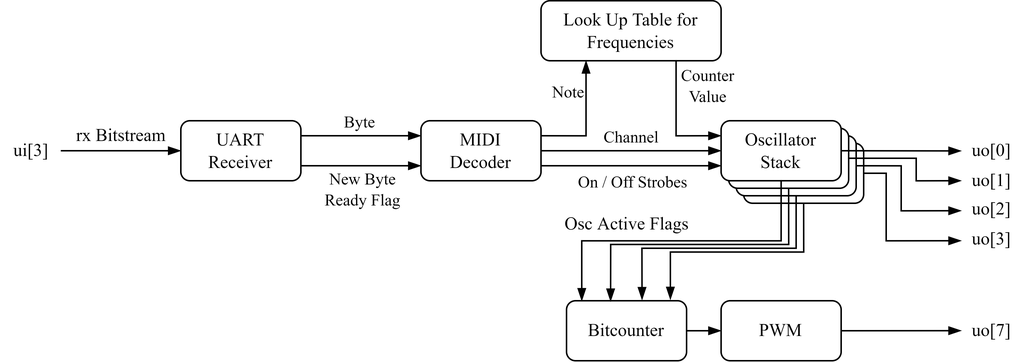
s-grundner/LVA-EIC-KV keeps this draw.io diagram as docs/latex/images/bsb-detailed.png. Above is the earlier version. Source tidied: cells renumbered, new cells last; positions are measured from the earlier drawing's top-left corner, leaving out a move shared by most shapes. Its diagram source:
```xml
<mxGraphModel>
  <root>
    <mxCell id="0" />
    <mxCell id="1" parent="0" />
    <mxCell id="2" style="edgeStyle=orthogonalEdgeStyle;rounded=0;jettySize=auto;html=1;exitX=0.5;exitY=1;exitDx=0;exitDy=0;entryX=0.865;entryY=-0.019;entryDx=0;entryDy=0;entryPerimeter=0;startArrow=none;startFill=0;endArrow=blockThin;endFill=1;fontFamily=Computer Modern Roman;fontSource=https%3A%2F%2Ffonts.googleapis.com%2Fcss%3Ffamily%3DComputer%2BModern%2BRoman;" parent="1" edge="1" source="4" target="27">
      <mxGeometry relative="1" as="geometry" />
    </mxCell>
    <mxCell id="3" style="edgeStyle=orthogonalEdgeStyle;rounded=0;jettySize=auto;html=1;exitX=1;exitY=0.5;exitDx=0;exitDy=0;startArrow=none;startFill=0;endArrow=blockThin;endFill=1;fontFamily=Computer Modern Roman;fontSource=https%3A%2F%2Ffonts.googleapis.com%2Fcss%3Ffamily%3DComputer%2BModern%2BRoman;" parent="1" edge="1" source="4">
      <mxGeometry relative="1" as="geometry">
        <mxPoint x="640" y="160" as="targetPoint" />
        <Array as="points">
          <mxPoint x="590" y="115" />
          <mxPoint x="590" y="160" />
        </Array>
      </mxGeometry>
    </mxCell>
    <mxCell id="4" style="rounded=1;whiteSpace=wrap;html=1;fontFamily=Computer Modern Roman;fontSource=https%3A%2F%2Ffonts.googleapis.com%2Fcss%3Ffamily%3DComputer%2BModern%2BRoman;" parent="1" vertex="1">
      <mxGeometry x="495" y="95" width="80" height="40" as="geometry" />
    </mxCell>
    <mxCell id="5" style="edgeStyle=orthogonalEdgeStyle;rounded=0;jettySize=auto;html=1;exitX=0.5;exitY=1;exitDx=0;exitDy=0;entryX=0.629;entryY=-0.015;entryDx=0;entryDy=0;startArrow=none;startFill=0;endArrow=blockThin;endFill=1;entryPerimeter=0;fontFamily=Computer Modern Roman;fontSource=https%3A%2F%2Ffonts.googleapis.com%2Fcss%3Ffamily%3DComputer%2BModern%2BRoman;" parent="1" edge="1" source="7" target="27">
      <mxGeometry relative="1" as="geometry">
        <Array as="points">
          <mxPoint x="530" y="165" />
          <mxPoint x="427" y="165" />
        </Array>
      </mxGeometry>
    </mxCell>
    <mxCell id="6" style="edgeStyle=orthogonalEdgeStyle;rounded=0;jettySize=auto;html=1;exitX=1;exitY=0.5;exitDx=0;exitDy=0;startArrow=none;startFill=0;endArrow=blockThin;endFill=1;fontFamily=Computer Modern Roman;fontSource=https%3A%2F%2Ffonts.googleapis.com%2Fcss%3Ffamily%3DComputer%2BModern%2BRoman;" parent="1" edge="1" source="7">
      <mxGeometry relative="1" as="geometry">
        <mxPoint x="640" y="140" as="targetPoint" />
        <Array as="points">
          <mxPoint x="600" y="110" />
          <mxPoint x="600" y="140" />
        </Array>
      </mxGeometry>
    </mxCell>
    <mxCell id="7" style="rounded=1;whiteSpace=wrap;html=1;fontFamily=Computer Modern Roman;fontSource=https%3A%2F%2Ffonts.googleapis.com%2Fcss%3Ffamily%3DComputer%2BModern%2BRoman;" parent="1" vertex="1">
      <mxGeometry x="490" y="90" width="80" height="40" as="geometry" />
    </mxCell>
    <mxCell id="8" style="edgeStyle=orthogonalEdgeStyle;rounded=0;jettySize=auto;html=1;exitX=1;exitY=0.25;exitDx=0;exitDy=0;entryX=0;entryY=0.25;entryDx=0;entryDy=0;endArrow=blockThin;endFill=1;fontFamily=Computer Modern Roman;fontSource=https%3A%2F%2Ffonts.googleapis.com%2Fcss%3Ffamily%3DComputer%2BModern%2BRoman;" parent="1" edge="1" source="13" target="20">
      <mxGeometry relative="1" as="geometry" />
    </mxCell>
    <mxCell id="9" value="Byte" style="edgeLabel;html=1;align=center;verticalAlign=middle;fontFamily=Computer Modern Roman;fontSource=https%3A%2F%2Ffonts.googleapis.com%2Fcss%3Ffamily%3DComputer%2BModern%2BRoman;labelBackgroundColor=none;" parent="8" vertex="1">
      <mxGeometry x="-0.09" y="-1" relative="1" as="geometry">
        <mxPoint x="2" y="-11" as="offset" />
      </mxGeometry>
    </mxCell>
    <mxCell id="10" style="edgeStyle=orthogonalEdgeStyle;rounded=0;jettySize=auto;html=1;exitX=1;exitY=0.75;exitDx=0;exitDy=0;entryX=0;entryY=0.75;entryDx=0;entryDy=0;endArrow=blockThin;endFill=1;fontFamily=Computer Modern Roman;fontSource=https%3A%2F%2Ffonts.googleapis.com%2Fcss%3Ffamily%3DComputer%2BModern%2BRoman;" parent="1" edge="1" source="13" target="20">
      <mxGeometry relative="1" as="geometry" />
    </mxCell>
    <mxCell id="11" value="New Byte&lt;br&gt;Ready Flag" style="edgeLabel;html=1;align=center;verticalAlign=middle;fontFamily=Computer Modern Roman;fontSource=https%3A%2F%2Ffonts.googleapis.com%2Fcss%3Ffamily%3DComputer%2BModern%2BRoman;labelBackgroundColor=none;" parent="10" vertex="1">
      <mxGeometry x="0.1" relative="1" as="geometry">
        <mxPoint x="-4" y="15" as="offset" />
      </mxGeometry>
    </mxCell>
    <mxCell id="12" style="edgeStyle=orthogonalEdgeStyle;rounded=0;jettySize=auto;html=1;exitX=0;exitY=0.5;exitDx=0;exitDy=0;startArrow=blockThin;startFill=1;endArrow=none;endFill=0;fontFamily=Computer Modern Roman;fontSource=https%3A%2F%2Ffonts.googleapis.com%2Fcss%3Ffamily%3DComputer%2BModern%2BRoman;" parent="1" edge="1" source="13">
      <mxGeometry relative="1" as="geometry">
        <mxPoint x="40" y="100" as="targetPoint" />
      </mxGeometry>
    </mxCell>
    <mxCell id="13" value="UART&lt;br&gt;Receiver" style="rounded=1;whiteSpace=wrap;html=1;fontFamily=Computer Modern Roman;fontSource=https%3A%2F%2Ffonts.googleapis.com%2Fcss%3Ffamily%3DComputer%2BModern%2BRoman;" parent="1" vertex="1">
      <mxGeometry x="120" y="80" width="80" height="40" as="geometry" />
    </mxCell>
    <mxCell id="14" style="edgeStyle=orthogonalEdgeStyle;rounded=0;jettySize=auto;html=1;exitX=1;exitY=0.5;exitDx=0;exitDy=0;entryX=0;entryY=0.5;entryDx=0;entryDy=0;endArrow=blockThin;endFill=1;fontFamily=Computer Modern Roman;fontSource=https%3A%2F%2Ffonts.googleapis.com%2Fcss%3Ffamily%3DComputer%2BModern%2BRoman;" parent="1" edge="1" source="20" target="36">
      <mxGeometry relative="1" as="geometry" />
    </mxCell>
    <mxCell id="15" value="Channel" style="edgeLabel;html=1;align=center;verticalAlign=middle;fontFamily=Computer Modern Roman;fontSource=https%3A%2F%2Ffonts.googleapis.com%2Fcss%3Ffamily%3DComputer%2BModern%2BRoman;labelBackgroundColor=none;" parent="14" vertex="1">
      <mxGeometry x="-0.47" y="1" relative="1" as="geometry">
        <mxPoint x="28" y="-9" as="offset" />
      </mxGeometry>
    </mxCell>
    <mxCell id="16" style="edgeStyle=orthogonalEdgeStyle;rounded=0;jettySize=auto;html=1;exitX=1;exitY=0.75;exitDx=0;exitDy=0;entryX=0;entryY=0.75;entryDx=0;entryDy=0;endArrow=blockThin;endFill=1;fontFamily=Computer Modern Roman;fontSource=https%3A%2F%2Ffonts.googleapis.com%2Fcss%3Ffamily%3DComputer%2BModern%2BRoman;" parent="1" edge="1" source="20" target="36">
      <mxGeometry relative="1" as="geometry" />
    </mxCell>
    <mxCell id="17" value="On / Off Strobes" style="edgeLabel;html=1;align=center;verticalAlign=middle;fontFamily=Computer Modern Roman;fontSource=https%3A%2F%2Ffonts.googleapis.com%2Fcss%3Ffamily%3DComputer%2BModern%2BRoman;labelBackgroundColor=none;" parent="16" vertex="1">
      <mxGeometry x="-0.65" relative="1" as="geometry">
        <mxPoint x="39" y="10" as="offset" />
      </mxGeometry>
    </mxCell>
    <mxCell id="18" style="edgeStyle=orthogonalEdgeStyle;rounded=0;jettySize=auto;html=1;exitX=1;exitY=0.25;exitDx=0;exitDy=0;entryX=0.25;entryY=1;entryDx=0;entryDy=0;endArrow=blockThin;endFill=1;fontFamily=Computer Modern Roman;fontSource=https%3A%2F%2Ffonts.googleapis.com%2Fcss%3Ffamily%3DComputer%2BModern%2BRoman;" parent="1" edge="1" source="20" target="23">
      <mxGeometry relative="1" as="geometry" />
    </mxCell>
    <mxCell id="19" value="Note" style="edgeLabel;html=1;align=center;verticalAlign=middle;fontFamily=Computer Modern Roman;fontSource=https%3A%2F%2Ffonts.googleapis.com%2Fcss%3Ffamily%3DComputer%2BModern%2BRoman;" parent="18" vertex="1">
      <mxGeometry x="-0.02" y="1" relative="1" as="geometry">
        <mxPoint x="-12" y="-21" as="offset" />
      </mxGeometry>
    </mxCell>
    <mxCell id="20" value="MIDI&lt;br&gt;Decoder" style="rounded=1;whiteSpace=wrap;html=1;fontFamily=Computer Modern Roman;fontSource=https%3A%2F%2Ffonts.googleapis.com%2Fcss%3Ffamily%3DComputer%2BModern%2BRoman;" parent="1" vertex="1">
      <mxGeometry x="280" y="80" width="80" height="40" as="geometry" />
    </mxCell>
    <mxCell id="21" style="edgeStyle=orthogonalEdgeStyle;rounded=0;jettySize=auto;html=1;exitX=0.75;exitY=1;exitDx=0;exitDy=0;entryX=0;entryY=0.25;entryDx=0;entryDy=0;endArrow=blockThin;endFill=1;fontFamily=Computer Modern Roman;fontSource=https%3A%2F%2Ffonts.googleapis.com%2Fcss%3Ffamily%3DComputer%2BModern%2BRoman;" parent="1" edge="1" source="23" target="36">
      <mxGeometry relative="1" as="geometry" />
    </mxCell>
    <mxCell id="22" value="Counter&lt;br&gt;Value" style="edgeLabel;html=1;align=center;verticalAlign=middle;fontFamily=Computer Modern Roman;fontSource=https%3A%2F%2Ffonts.googleapis.com%2Fcss%3Ffamily%3DComputer%2BModern%2BRoman;labelBackgroundColor=none;" parent="21" vertex="1">
      <mxGeometry x="-0.81" relative="1" as="geometry">
        <mxPoint x="20" y="9" as="offset" />
      </mxGeometry>
    </mxCell>
    <mxCell id="23" value="Look Up Table for Frequencies" style="rounded=1;whiteSpace=wrap;html=1;fontFamily=Computer Modern Roman;fontSource=https%3A%2F%2Ffonts.googleapis.com%2Fcss%3Ffamily%3DComputer%2BModern%2BRoman;" parent="1" vertex="1">
      <mxGeometry x="360" width="120" height="40" as="geometry" />
    </mxCell>
    <mxCell id="24" style="edgeStyle=orthogonalEdgeStyle;rounded=0;jettySize=auto;html=1;exitX=1;exitY=0.5;exitDx=0;exitDy=0;endArrow=blockThin;endFill=1;fontFamily=Computer Modern Roman;fontSource=https%3A%2F%2Ffonts.googleapis.com%2Fcss%3Ffamily%3DComputer%2BModern%2BRoman;" parent="1" edge="1" source="25">
      <mxGeometry relative="1" as="geometry">
        <mxPoint x="640" y="220" as="targetPoint" />
      </mxGeometry>
    </mxCell>
    <mxCell id="25" value="PWM" style="rounded=1;whiteSpace=wrap;html=1;fontFamily=Computer Modern Roman;fontSource=https%3A%2F%2Ffonts.googleapis.com%2Fcss%3Ffamily%3DComputer%2BModern%2BRoman;" parent="1" vertex="1">
      <mxGeometry x="480" y="200" width="80" height="40" as="geometry" />
    </mxCell>
    <mxCell id="26" style="edgeStyle=orthogonalEdgeStyle;rounded=0;jettySize=auto;html=1;exitX=1;exitY=0.5;exitDx=0;exitDy=0;entryX=0;entryY=0.5;entryDx=0;entryDy=0;endArrow=blockThin;endFill=1;fontFamily=Computer Modern Roman;fontSource=https%3A%2F%2Ffonts.googleapis.com%2Fcss%3Ffamily%3DComputer%2BModern%2BRoman;" parent="1" edge="1" source="27" target="25">
      <mxGeometry relative="1" as="geometry" />
    </mxCell>
    <mxCell id="27" value="Bitcounter" style="rounded=1;whiteSpace=wrap;html=1;fontFamily=Computer Modern Roman;fontSource=https%3A%2F%2Ffonts.googleapis.com%2Fcss%3Ffamily%3DComputer%2BModern%2BRoman;" parent="1" vertex="1">
      <mxGeometry x="377" y="200" width="80" height="40" as="geometry" />
    </mxCell>
    <mxCell id="28" value="Osc Active Flags" style="text;html=1;align=center;verticalAlign=middle;strokeColor=none;fillColor=none;fontFamily=Computer Modern Roman;fontSource=https%3A%2F%2Ffonts.googleapis.com%2Fcss%3Ffamily%3DComputer%2BModern%2BRoman;" parent="1" vertex="1">
      <mxGeometry x="367" y="139" width="100" height="20" as="geometry" />
    </mxCell>
    <mxCell id="29" value="rx Bitstream" style="text;html=1;align=center;verticalAlign=middle;strokeColor=none;fillColor=none;fontFamily=Computer Modern Roman;fontSource=https%3A%2F%2Ffonts.googleapis.com%2Fcss%3Ffamily%3DComputer%2BModern%2BRoman;" parent="1" vertex="1">
      <mxGeometry x="40" y="80" width="80" height="20" as="geometry" />
    </mxCell>
    <mxCell id="30" value="uo[0]" style="text;html=1;align=center;verticalAlign=middle;strokeColor=none;fillColor=none;fontFamily=Computer Modern Roman;fontSource=https%3A%2F%2Ffonts.googleapis.com%2Fcss%3Ffamily%3DComputer%2BModern%2BRoman;" parent="1" vertex="1">
      <mxGeometry x="640" y="90" width="40" height="20" as="geometry" />
    </mxCell>
    <mxCell id="31" style="edgeStyle=orthogonalEdgeStyle;rounded=0;jettySize=auto;html=1;exitX=1;exitY=0.5;exitDx=0;exitDy=0;startArrow=none;startFill=0;endArrow=blockThin;endFill=1;fontFamily=Computer Modern Roman;fontSource=https%3A%2F%2Ffonts.googleapis.com%2Fcss%3Ffamily%3DComputer%2BModern%2BRoman;" parent="1" edge="1" source="33">
      <mxGeometry relative="1" as="geometry">
        <mxPoint x="640" y="120" as="targetPoint" />
        <Array as="points">
          <mxPoint x="610" y="105" />
          <mxPoint x="610" y="120" />
        </Array>
      </mxGeometry>
    </mxCell>
    <mxCell id="32" style="edgeStyle=orthogonalEdgeStyle;rounded=0;jettySize=auto;html=1;exitX=0.5;exitY=1;exitDx=0;exitDy=0;entryX=0.367;entryY=0.01;entryDx=0;entryDy=0;entryPerimeter=0;startArrow=none;startFill=0;endArrow=blockThin;endFill=1;fontFamily=Computer Modern Roman;fontSource=https%3A%2F%2Ffonts.googleapis.com%2Fcss%3Ffamily%3DComputer%2BModern%2BRoman;" parent="1" edge="1" source="33" target="27">
      <mxGeometry relative="1" as="geometry" />
    </mxCell>
    <mxCell id="33" style="rounded=1;whiteSpace=wrap;html=1;fontFamily=Computer Modern Roman;fontSource=https%3A%2F%2Ffonts.googleapis.com%2Fcss%3Ffamily%3DComputer%2BModern%2BRoman;" parent="1" vertex="1">
      <mxGeometry x="485" y="85" width="80" height="40" as="geometry" />
    </mxCell>
    <mxCell id="34" style="edgeStyle=orthogonalEdgeStyle;rounded=0;jettySize=auto;html=1;exitX=1;exitY=0.5;exitDx=0;exitDy=0;startArrow=none;startFill=0;endArrow=blockThin;endFill=1;fontFamily=Computer Modern Roman;fontSource=https%3A%2F%2Ffonts.googleapis.com%2Fcss%3Ffamily%3DComputer%2BModern%2BRoman;" parent="1" edge="1" source="36">
      <mxGeometry relative="1" as="geometry">
        <mxPoint x="640" y="100.1" as="targetPoint" />
      </mxGeometry>
    </mxCell>
    <mxCell id="35" style="edgeStyle=orthogonalEdgeStyle;rounded=0;jettySize=auto;html=1;exitX=0.5;exitY=1;exitDx=0;exitDy=0;entryX=0.127;entryY=0.003;entryDx=0;entryDy=0;entryPerimeter=0;startArrow=none;startFill=0;endArrow=blockThin;endFill=1;fontFamily=Computer Modern Roman;fontSource=https%3A%2F%2Ffonts.googleapis.com%2Fcss%3Ffamily%3DComputer%2BModern%2BRoman;" parent="1" edge="1" source="36" target="27">
      <mxGeometry relative="1" as="geometry" />
    </mxCell>
    <mxCell id="36" value="Oscillator&lt;br&gt;Stack" style="rounded=1;whiteSpace=wrap;html=1;fontFamily=Computer Modern Roman;fontSource=https%3A%2F%2Ffonts.googleapis.com%2Fcss%3Ffamily%3DComputer%2BModern%2BRoman;" parent="1" vertex="1">
      <mxGeometry x="480" y="80" width="80" height="40" as="geometry" />
    </mxCell>
    <mxCell id="37" value="uo[1]" style="text;html=1;align=center;verticalAlign=middle;strokeColor=none;fillColor=none;fontFamily=Computer Modern Roman;fontSource=https%3A%2F%2Ffonts.googleapis.com%2Fcss%3Ffamily%3DComputer%2BModern%2BRoman;" parent="1" vertex="1">
      <mxGeometry x="640" y="110" width="40" height="20" as="geometry" />
    </mxCell>
    <mxCell id="38" value="uo[2]" style="text;html=1;align=center;verticalAlign=middle;strokeColor=none;fillColor=none;fontFamily=Computer Modern Roman;fontSource=https%3A%2F%2Ffonts.googleapis.com%2Fcss%3Ffamily%3DComputer%2BModern%2BRoman;" parent="1" vertex="1">
      <mxGeometry x="640" y="129" width="40" height="20" as="geometry" />
    </mxCell>
    <mxCell id="39" value="uo[3]" style="text;html=1;align=center;verticalAlign=middle;strokeColor=none;fillColor=none;fontFamily=Computer Modern Roman;fontSource=https%3A%2F%2Ffonts.googleapis.com%2Fcss%3Ffamily%3DComputer%2BModern%2BRoman;" parent="1" vertex="1">
      <mxGeometry x="640" y="149" width="40" height="20" as="geometry" />
    </mxCell>
    <mxCell id="40" value="uo[7]" style="text;html=1;align=center;verticalAlign=middle;strokeColor=none;fillColor=none;fontFamily=Computer Modern Roman;fontSource=https%3A%2F%2Ffonts.googleapis.com%2Fcss%3Ffamily%3DComputer%2BModern%2BRoman;" parent="1" vertex="1">
      <mxGeometry x="640" y="210" width="40" height="20" as="geometry" />
    </mxCell>
    <mxCell id="41" value="ui[3]" style="text;html=1;align=center;verticalAlign=middle;strokeColor=none;fillColor=none;fontFamily=Computer Modern Roman;fontSource=https%3A%2F%2Ffonts.googleapis.com%2Fcss%3Ffamily%3DComputer%2BModern%2BRoman;" parent="1" vertex="1">
      <mxGeometry y="90" width="40" height="20" as="geometry" />
    </mxCell>
  </root>
</mxGraphModel>
```
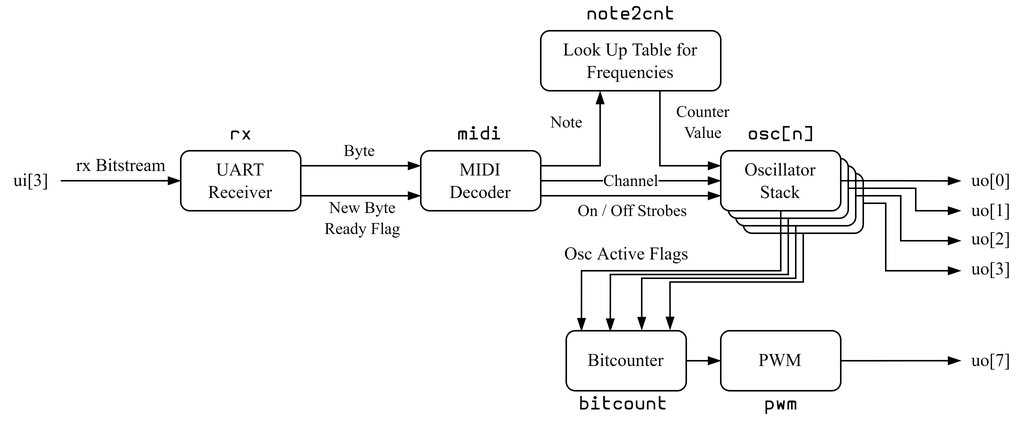
After the change.

Change to the diagram source:
```diff
@@ -64,9 +64,9 @@
     <mxCell id="14" style="edgeStyle=orthogonalEdgeStyle;rounded=0;jettySize=auto;html=1;exitX=1;exitY=0.5;exitDx=0;exitDy=0;entryX=0;entryY=0.5;entryDx=0;entryDy=0;endArrow=blockThin;endFill=1;fontFamily=Computer Modern Roman;fontSource=https%3A%2F%2Ffonts.googleapis.com%2Fcss%3Ffamily%3DComputer%2BModern%2BRoman;" parent="1" edge="1" source="20" target="36">
       <mxGeometry relative="1" as="geometry" />
     </mxCell>
-    <mxCell id="15" value="Channel" style="edgeLabel;html=1;align=center;verticalAlign=middle;fontFamily=Computer Modern Roman;fontSource=https%3A%2F%2Ffonts.googleapis.com%2Fcss%3Ffamily%3DComputer%2BModern%2BRoman;labelBackgroundColor=none;" parent="14" vertex="1">
+    <mxCell id="15" value="Channel" style="edgeLabel;html=1;align=center;verticalAlign=middle;fontFamily=Computer Modern Roman;fontSource=https%3A%2F%2Ffonts.googleapis.com%2Fcss%3Ffamily%3DComputer%2BModern%2BRoman;labelBackgroundColor=default;" parent="14" vertex="1">
       <mxGeometry x="-0.47" y="1" relative="1" as="geometry">
-        <mxPoint x="28" y="-9" as="offset" />
+        <mxPoint x="28" y="1" as="offset" />
       </mxGeometry>
     </mxCell>
     <mxCell id="16" style="edgeStyle=orthogonalEdgeStyle;rounded=0;jettySize=auto;html=1;exitX=1;exitY=0.75;exitDx=0;exitDy=0;entryX=0;entryY=0.75;entryDx=0;entryDy=0;endArrow=blockThin;endFill=1;fontFamily=Computer Modern Roman;fontSource=https%3A%2F%2Ffonts.googleapis.com%2Fcss%3Ffamily%3DComputer%2BModern%2BRoman;" parent="1" edge="1" source="20" target="36">
@@ -77,23 +77,23 @@
         <mxPoint x="39" y="10" as="offset" />
       </mxGeometry>
     </mxCell>
-    <mxCell id="18" style="edgeStyle=orthogonalEdgeStyle;rounded=0;jettySize=auto;html=1;exitX=1;exitY=0.25;exitDx=0;exitDy=0;entryX=0.25;entryY=1;entryDx=0;entryDy=0;endArrow=blockThin;endFill=1;fontFamily=Computer Modern Roman;fontSource=https%3A%2F%2Ffonts.googleapis.com%2Fcss%3Ffamily%3DComputer%2BModern%2BRoman;" parent="1" edge="1" source="20" target="23">
+    <mxCell id="18" style="edgeStyle=orthogonalEdgeStyle;rounded=0;jettySize=auto;html=1;exitX=1;exitY=0.25;exitDx=0;exitDy=0;entryX=0.33;entryY=1.01;entryDx=0;entryDy=0;endArrow=blockThin;endFill=1;fontFamily=Computer Modern Roman;fontSource=https%3A%2F%2Ffonts.googleapis.com%2Fcss%3Ffamily%3DComputer%2BModern%2BRoman;entryPerimeter=0;" parent="1" edge="1" source="20" target="23">
       <mxGeometry relative="1" as="geometry" />
     </mxCell>
     <mxCell id="19" value="Note" style="edgeLabel;html=1;align=center;verticalAlign=middle;fontFamily=Computer Modern Roman;fontSource=https%3A%2F%2Ffonts.googleapis.com%2Fcss%3Ffamily%3DComputer%2BModern%2BRoman;" parent="18" vertex="1">
       <mxGeometry x="-0.02" y="1" relative="1" as="geometry">
-        <mxPoint x="-12" y="-21" as="offset" />
+        <mxPoint x="-22" y="-26" as="offset" />
       </mxGeometry>
     </mxCell>
     <mxCell id="20" value="MIDI&lt;br&gt;Decoder" style="rounded=1;whiteSpace=wrap;html=1;fontFamily=Computer Modern Roman;fontSource=https%3A%2F%2Ffonts.googleapis.com%2Fcss%3Ffamily%3DComputer%2BModern%2BRoman;" parent="1" vertex="1">
       <mxGeometry x="280" y="80" width="80" height="40" as="geometry" />
     </mxCell>
-    <mxCell id="21" style="edgeStyle=orthogonalEdgeStyle;rounded=0;jettySize=auto;html=1;exitX=0.75;exitY=1;exitDx=0;exitDy=0;entryX=0;entryY=0.25;entryDx=0;entryDy=0;endArrow=blockThin;endFill=1;fontFamily=Computer Modern Roman;fontSource=https%3A%2F%2Ffonts.googleapis.com%2Fcss%3Ffamily%3DComputer%2BModern%2BRoman;" parent="1" edge="1" source="23" target="36">
+    <mxCell id="21" style="edgeStyle=orthogonalEdgeStyle;rounded=0;jettySize=auto;html=1;exitX=0.662;exitY=1.005;exitDx=0;exitDy=0;entryX=0;entryY=0.25;entryDx=0;entryDy=0;endArrow=blockThin;endFill=1;fontFamily=Computer Modern Roman;fontSource=https%3A%2F%2Ffonts.googleapis.com%2Fcss%3Ffamily%3DComputer%2BModern%2BRoman;exitPerimeter=0;" parent="1" edge="1" source="23" target="36">
       <mxGeometry relative="1" as="geometry" />
     </mxCell>
     <mxCell id="22" value="Counter&lt;br&gt;Value" style="edgeLabel;html=1;align=center;verticalAlign=middle;fontFamily=Computer Modern Roman;fontSource=https%3A%2F%2Ffonts.googleapis.com%2Fcss%3Ffamily%3DComputer%2BModern%2BRoman;labelBackgroundColor=none;" parent="21" vertex="1">
       <mxGeometry x="-0.81" relative="1" as="geometry">
-        <mxPoint x="20" y="9" as="offset" />
+        <mxPoint x="28" y="11" as="offset" />
       </mxGeometry>
     </mxCell>
     <mxCell id="23" value="Look Up Table for Frequencies" style="rounded=1;whiteSpace=wrap;html=1;fontFamily=Computer Modern Roman;fontSource=https%3A%2F%2Ffonts.googleapis.com%2Fcss%3Ffamily%3DComputer%2BModern%2BRoman;" parent="1" vertex="1">
@@ -163,5 +163,23 @@
     <mxCell id="41" value="ui[3]" style="text;html=1;align=center;verticalAlign=middle;strokeColor=none;fillColor=none;fontFamily=Computer Modern Roman;fontSource=https%3A%2F%2Ffonts.googleapis.com%2Fcss%3Ffamily%3DComputer%2BModern%2BRoman;" parent="1" vertex="1">
       <mxGeometry y="90" width="40" height="20" as="geometry" />
     </mxCell>
+    <mxCell id="42" value="rx" style="text;html=1;align=center;verticalAlign=middle;strokeColor=none;fillColor=none;fontFamily=Hurmit Nerd Font;" parent="1" vertex="1">
+      <mxGeometry x="145" y="60" width="30" height="20" as="geometry" />
+    </mxCell>
+    <mxCell id="43" value="midi" style="text;html=1;align=center;verticalAlign=middle;strokeColor=none;fillColor=none;fontFamily=Hurmit Nerd Font;" parent="1" vertex="1">
+      <mxGeometry x="294" y="60" width="50" height="20" as="geometry" />
+    </mxCell>
+    <mxCell id="44" value="note2cnt" style="text;html=1;align=center;verticalAlign=middle;strokeColor=none;fillColor=none;fontFamily=Hurmit Nerd Font;" parent="1" vertex="1">
+      <mxGeometry x="385" y="-20" width="70" height="20" as="geometry" />
+    </mxCell>
+    <mxCell id="45" value="osc[n]" style="text;html=1;align=center;verticalAlign=middle;strokeColor=none;fillColor=none;fontFamily=Hurmit Nerd Font;" parent="1" vertex="1">
+      <mxGeometry x="490" y="60" width="60" height="20" as="geometry" />
+    </mxCell>
+    <mxCell id="46" value="bitcount" style="text;html=1;align=center;verticalAlign=middle;strokeColor=none;fillColor=none;fontFamily=Hurmit Nerd Font;" parent="1" vertex="1">
+      <mxGeometry x="380" y="240" width="70" height="20" as="geometry" />
+    </mxCell>
+    <mxCell id="47" value="pwm" style="text;html=1;align=center;verticalAlign=middle;strokeColor=none;fillColor=none;fontFamily=Hurmit Nerd Font;" parent="1" vertex="1">
+      <mxGeometry x="500" y="240" width="40" height="20" as="geometry" />
+    </mxCell>
   </root>
 </mxGraphModel>
```
